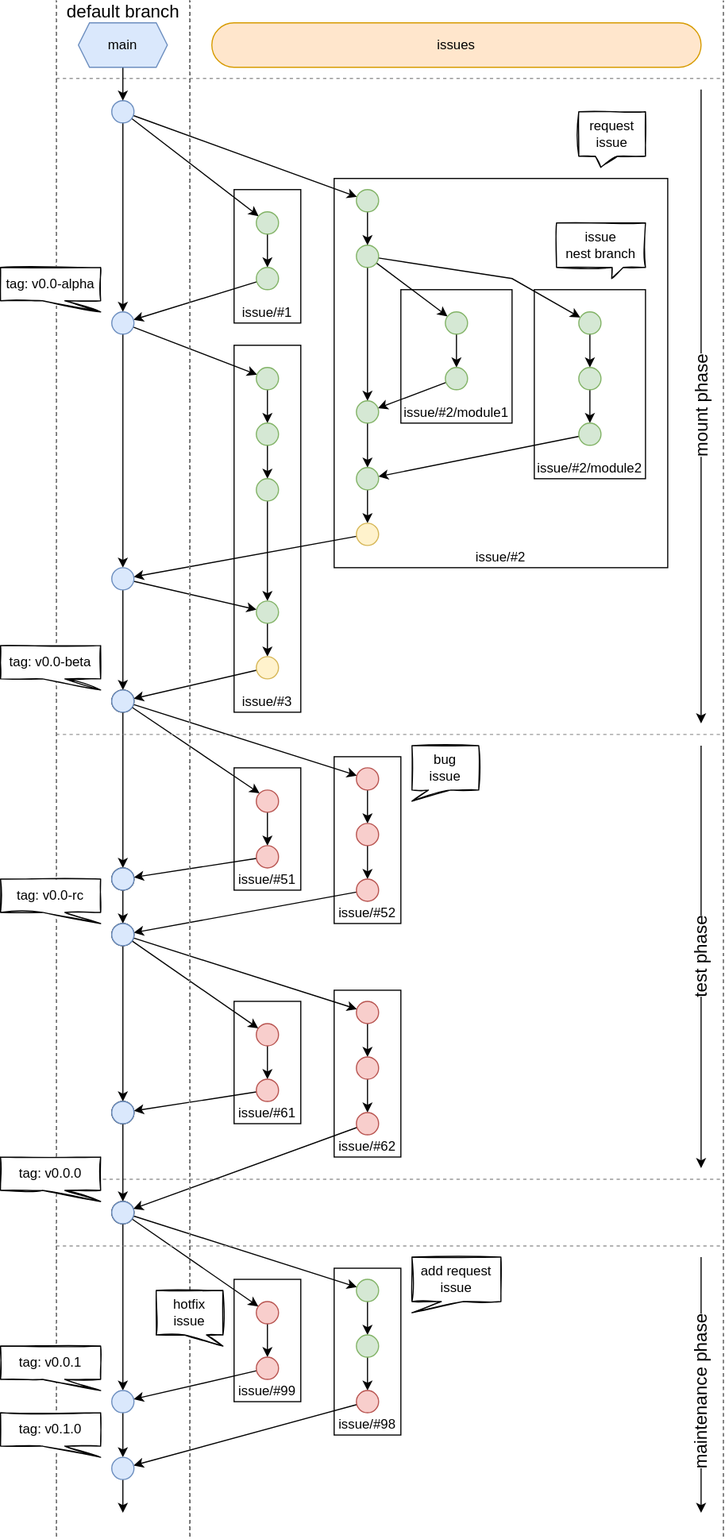
Earlier version of the draw.io export github-issues-flow.drawio.svg (bizhermit/git-note). Source tidied: cells renumbered, new cells last; positions are measured from the earlier drawing's top-left corner, leaving out a move shared by most shapes.
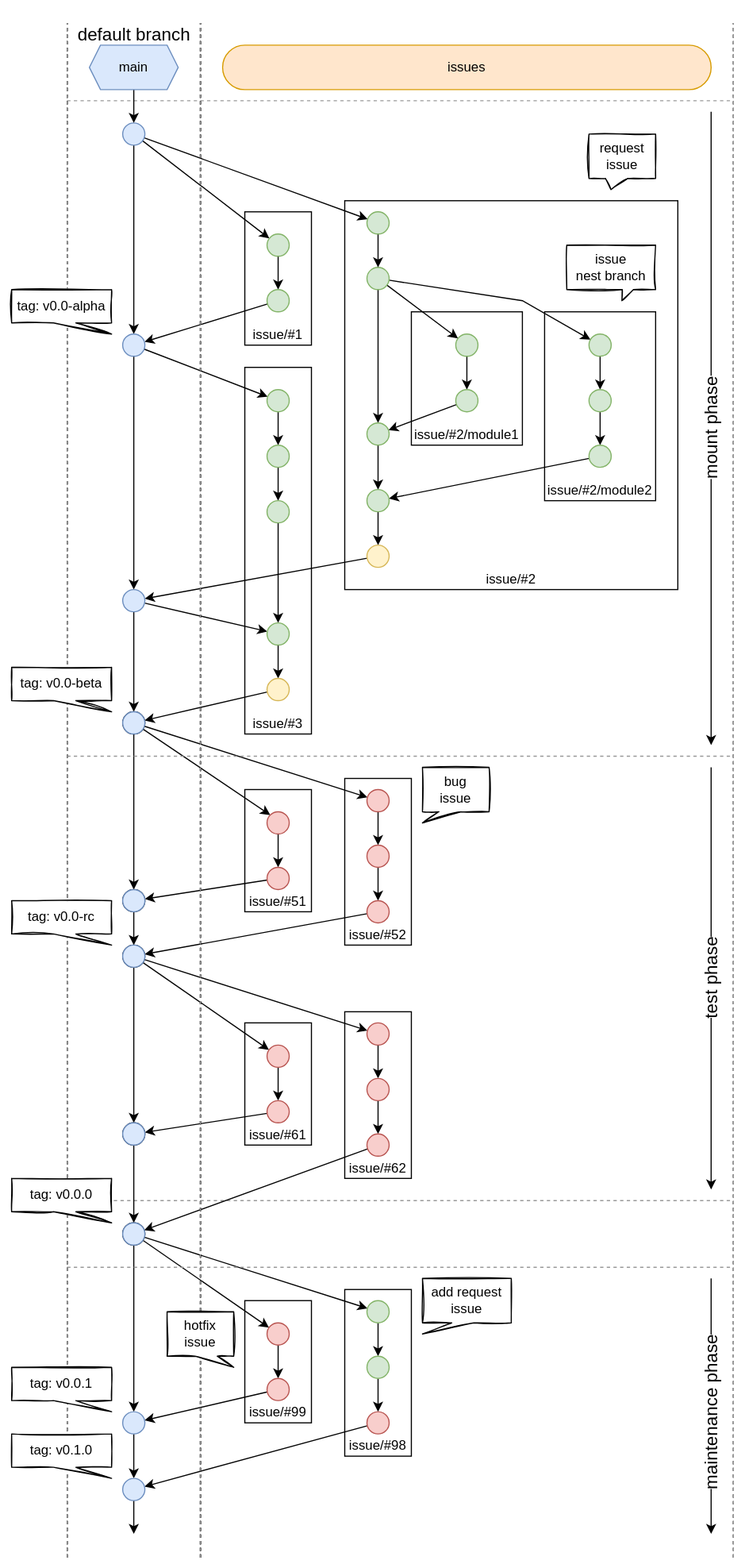
Later version of the same file.

Commit message:
flow-image background

What changed in the source:
```diff
@@ -2,6 +2,9 @@
   <root>
     <mxCell id="0" />
     <mxCell id="1" parent="0" />
+    <mxCell id="146" style="rounded=0;whiteSpace=wrap;html=1;strokeColor=none;" parent="1" vertex="1">
+      <mxGeometry x="-10" y="-20" width="670" height="1410" as="geometry" />
+    </mxCell>
     <mxCell id="2" style="endArrow=none;dashed=1;html=1;rounded=0;sketch=0;fontColor=#000000;strokeColor=#999999;" parent="1" edge="1">
       <mxGeometry relative="1" as="geometry">
         <mxPoint x="50" y="70" as="sourcePoint" />
```
